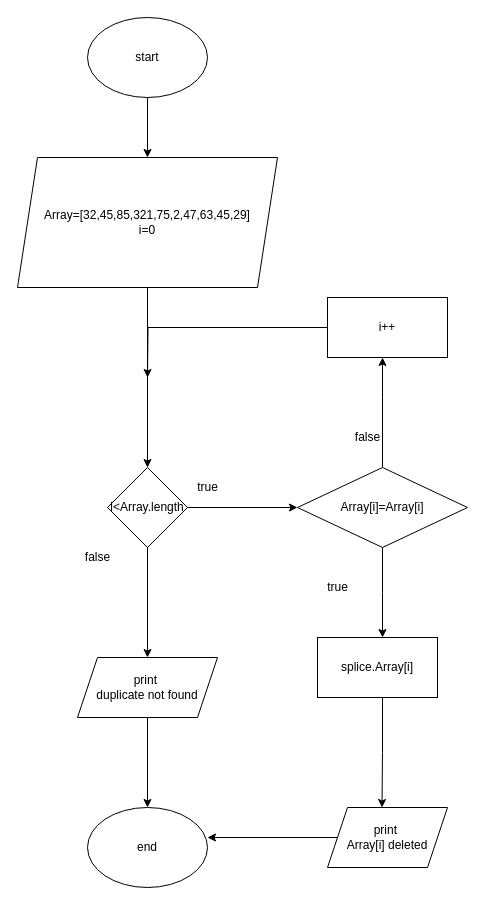
The draw.io diagram findtheduplicateelement.drawio in Rufatsb/first, before the edit. Source tidied: cells renumbered, new cells numbered last; positions are measured from the earlier drawing's top-left corner, leaving out a move shared by most shapes. Both pictures are drawn from the tidied source at 100%, with x=0, y=0 at pixel (17, 17).
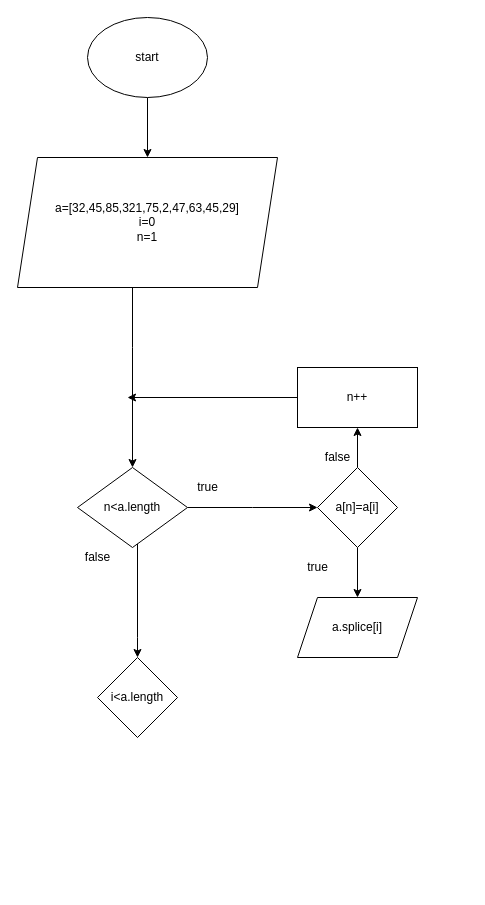
Above is the later version.

Diff of the diagram source:
```diff
@@
-    <mxCell id="4" style="edgeStyle=orthogonalEdgeStyle;rounded=0;jettySize=auto;html=1;" parent="1" edge="1" source="5" target="8">
-      <mxGeometry relative="1" as="geometry" />
+    <mxCell id="4" style="edgeStyle=orthogonalEdgeStyle;rounded=0;jettySize=auto;html=1;entryX=0.5;entryY=0;entryDx=0;entryDy=0;" parent="1" edge="1" source="5" target="8">
+      <mxGeometry relative="1" as="geometry">
+        <Array as="points">
+          <mxPoint x="115" y="330" />
+          <mxPoint x="115" y="330" />
+        </Array>
+      </mxGeometry>
     </mxCell>
-    <mxCell id="5" value="Array=[32,45,85,321,75,2,47,63,45,29]&lt;br&gt;i=0" style="shape=parallelogram;perimeter=parallelogramPerimeter;whiteSpace=wrap;html=1;fixedSize=1;" parent="1" vertex="1">
+    <mxCell id="5" value="a=[32,45,85,321,75,2,47,63,45,29]&lt;br&gt;i=0&lt;br&gt;n=1" style="shape=parallelogram;perimeter=parallelogramPerimeter;whiteSpace=wrap;html=1;fixedSize=1;" parent="1" vertex="1">
       <mxGeometry y="140" width="260" height="130" as="geometry" />
     </mxCell>
-    <mxCell id="6" style="edgeStyle=orthogonalEdgeStyle;rounded=0;jettySize=auto;html=1;" parent="1" edge="1" source="8" target="11">
-      <mxGeometry relative="1" as="geometry" />
+    <mxCell id="6" style="edgeStyle=orthogonalEdgeStyle;rounded=0;jettySize=auto;html=1;" parent="1" edge="1" source="8">
+      <mxGeometry relative="1" as="geometry">
+        <mxPoint x="300" y="490" as="targetPoint" />
+      </mxGeometry>
     </mxCell>
-    <mxCell id="7" style="edgeStyle=orthogonalEdgeStyle;rounded=0;jettySize=auto;html=1;" parent="1" edge="1" source="8" target="23">
-      <mxGeometry relative="1" as="geometry" />
+    <mxCell id="7" style="edgeStyle=orthogonalEdgeStyle;rounded=0;jettySize=auto;html=1;" parent="1" edge="1" source="8">
+      <mxGeometry relative="1" as="geometry">
+        <mxPoint x="120" y="640" as="targetPoint" />
+        <Array as="points">
+          <mxPoint x="120" y="620" />
+          <mxPoint x="120" y="620" />
+        </Array>
+      </mxGeometry>
     </mxCell>
-    <mxCell id="8" value="i&amp;lt;Array.length" style="rhombus;whiteSpace=wrap;html=1;" parent="1" vertex="1">
-      <mxGeometry x="90" y="450" width="80" height="80" as="geometry" />
+    <mxCell id="8" value="n&amp;lt;a.length" style="rhombus;whiteSpace=wrap;html=1;" parent="1" vertex="1">
+      <mxGeometry x="60" y="450" width="110" height="80" as="geometry" />
     </mxCell>
-    <mxCell id="9" style="edgeStyle=orthogonalEdgeStyle;rounded=0;jettySize=auto;html=1;" parent="1" edge="1" source="11" target="13">
-      <mxGeometry relative="1" as="geometry">
-        <Array as="points">
-          <mxPoint x="365" y="380" />
-          <mxPoint x="365" y="380" />
-        </Array>
-      </mxGeometry>
-    </mxCell>
-    <mxCell id="10" style="edgeStyle=orthogonalEdgeStyle;rounded=0;jettySize=auto;html=1;" parent="1" edge="1" source="11">
-      <mxGeometry relative="1" as="geometry">
-        <mxPoint x="365" y="620" as="targetPoint" />
-      </mxGeometry>
-    </mxCell>
-    <mxCell id="11" value="Array[i]=Array[i]" style="rhombus;whiteSpace=wrap;html=1;" parent="1" vertex="1">
-      <mxGeometry x="280" y="450" width="170" height="80" as="geometry" />
-    </mxCell>
-    <mxCell id="12" style="edgeStyle=orthogonalEdgeStyle;rounded=0;jettySize=auto;html=1;" parent="1" edge="1" source="13">
-      <mxGeometry relative="1" as="geometry">
-        <mxPoint x="130" y="360" as="targetPoint" />
-      </mxGeometry>
-    </mxCell>
-    <mxCell id="13" value="i++" style="rounded=0;whiteSpace=wrap;html=1;" parent="1" vertex="1">
-      <mxGeometry x="310" y="280" width="120" height="60" as="geometry" />
-    </mxCell>
@@
-    <mxCell id="15" style="edgeStyle=orthogonalEdgeStyle;rounded=0;jettySize=auto;html=1;exitX=0.567;exitY=0.983;exitDx=0;exitDy=0;exitPerimeter=0;" parent="1" edge="1" source="18">
-      <mxGeometry relative="1" as="geometry">
-        <mxPoint x="364.5" y="790" as="targetPoint" />
-        <Array as="points">
-          <mxPoint x="365" y="679" />
-          <mxPoint x="365" y="735" />
-        </Array>
-      </mxGeometry>
-    </mxCell>
+    <mxCell id="19" value="false" style="text;html=1;align=center;verticalAlign=middle;strokeColor=none;" parent="1" vertex="1">
+      <mxGeometry x="60" y="530" width="40" height="20" as="geometry" />
+    </mxCell>
+    <mxCell id="25" style="edgeStyle=orthogonalEdgeStyle;rounded=0;jettySize=auto;html=1;entryX=0.5;entryY=0;entryDx=0;entryDy=0;" parent="1" edge="1" source="27" target="28">
+      <mxGeometry relative="1" as="geometry" />
+    </mxCell>
+    <mxCell id="26" style="edgeStyle=orthogonalEdgeStyle;rounded=0;jettySize=auto;html=1;exitX=0.5;exitY=0;exitDx=0;exitDy=0;entryX=0.5;entryY=1;entryDx=0;entryDy=0;" parent="1" edge="1" source="27" target="30">
+      <mxGeometry relative="1" as="geometry" />
+    </mxCell>
+    <mxCell id="27" value="a[n]=a[i]" style="rhombus;whiteSpace=wrap;html=1;" parent="1" vertex="1">
+      <mxGeometry x="300" y="450" width="80" height="80" as="geometry" />
+    </mxCell>
+    <mxCell id="28" value="a.splice[i]" style="shape=parallelogram;perimeter=parallelogramPerimeter;whiteSpace=wrap;html=1;fixedSize=1;" parent="1" vertex="1">
+      <mxGeometry x="280" y="580" width="120" height="60" as="geometry" />
+    </mxCell>
+    <mxCell id="17" value="true" style="text;html=1;align=center;verticalAlign=middle;strokeColor=none;" parent="1" vertex="1">
+      <mxGeometry x="280" y="540" width="40" height="20" as="geometry" />
+    </mxCell>
+    <mxCell id="29" style="edgeStyle=orthogonalEdgeStyle;rounded=0;jettySize=auto;html=1;" parent="1" edge="1" source="30">
+      <mxGeometry relative="1" as="geometry">
+        <mxPoint x="110" y="380" as="targetPoint" />
+      </mxGeometry>
+    </mxCell>
+    <mxCell id="30" value="n++" style="rounded=0;whiteSpace=wrap;html=1;" parent="1" vertex="1">
+      <mxGeometry x="280" y="350" width="120" height="60" as="geometry" />
+    </mxCell>
     <mxCell id="16" value="false" style="text;html=1;align=center;verticalAlign=middle;strokeColor=none;" parent="1" vertex="1">
-      <mxGeometry x="330" y="410" width="40" height="20" as="geometry" />
+      <mxGeometry x="300" y="430" width="40" height="20" as="geometry" />
     </mxCell>
-    <mxCell id="17" value="true" style="text;html=1;align=center;verticalAlign=middle;strokeColor=none;" parent="1" vertex="1">
-      <mxGeometry x="300" y="560" width="40" height="20" as="geometry" />
-    </mxCell>
-    <mxCell id="18" value="splice.Array[i]" style="rounded=0;whiteSpace=wrap;html=1;" parent="1" vertex="1">
-      <mxGeometry x="300" y="620" width="120" height="60" as="geometry" />
-    </mxCell>
-    <mxCell id="19" value="false" style="text;html=1;align=center;verticalAlign=middle;strokeColor=none;" parent="1" vertex="1">
-      <mxGeometry x="60" y="530" width="40" height="20" as="geometry" />
-    </mxCell>
-    <mxCell id="20" style="edgeStyle=orthogonalEdgeStyle;rounded=0;jettySize=auto;html=1;" parent="1" edge="1" source="21">
-      <mxGeometry relative="1" as="geometry">
-        <mxPoint x="190" y="820" as="targetPoint" />
-      </mxGeometry>
-    </mxCell>
-    <mxCell id="21" value="print&amp;nbsp;&lt;br&gt;Array[i] deleted" style="shape=parallelogram;perimeter=parallelogramPerimeter;whiteSpace=wrap;html=1;fixedSize=1;" parent="1" vertex="1">
-      <mxGeometry x="310" y="790" width="120" height="60" as="geometry" />
-    </mxCell>
-    <mxCell id="22" style="edgeStyle=orthogonalEdgeStyle;rounded=0;jettySize=auto;html=1;" parent="1" edge="1" source="23" target="24">
-      <mxGeometry relative="1" as="geometry" />
-    </mxCell>
-    <mxCell id="23" value="print&amp;nbsp;&lt;br&gt;duplicate not found" style="shape=parallelogram;perimeter=parallelogramPerimeter;whiteSpace=wrap;html=1;fixedSize=1;" parent="1" vertex="1">
-      <mxGeometry x="60" y="640" width="140" height="60" as="geometry" />
-    </mxCell>
-    <mxCell id="24" value="end" style="ellipse;whiteSpace=wrap;html=1;" parent="1" vertex="1">
-      <mxGeometry x="70" y="790" width="120" height="80" as="geometry" />
-    </mxCell>
+    <mxCell id="31" value="i&amp;lt;a.length" style="rhombus;whiteSpace=wrap;html=1;" parent="1" vertex="1">
+      <mxGeometry x="80" y="640" width="80" height="80" as="geometry" />
+    </mxCell>
```
